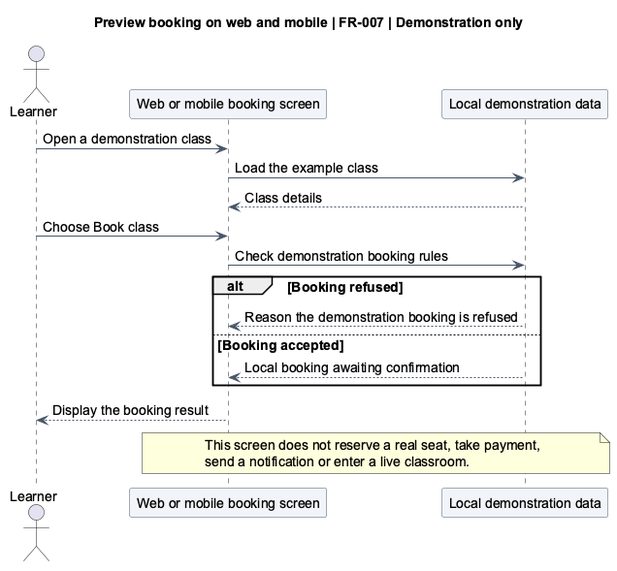
Earlier version of the PlantUML export docs/diagrams/checkpoint/generated/sequence-client-booking.png (trankien022/SkillSwap).
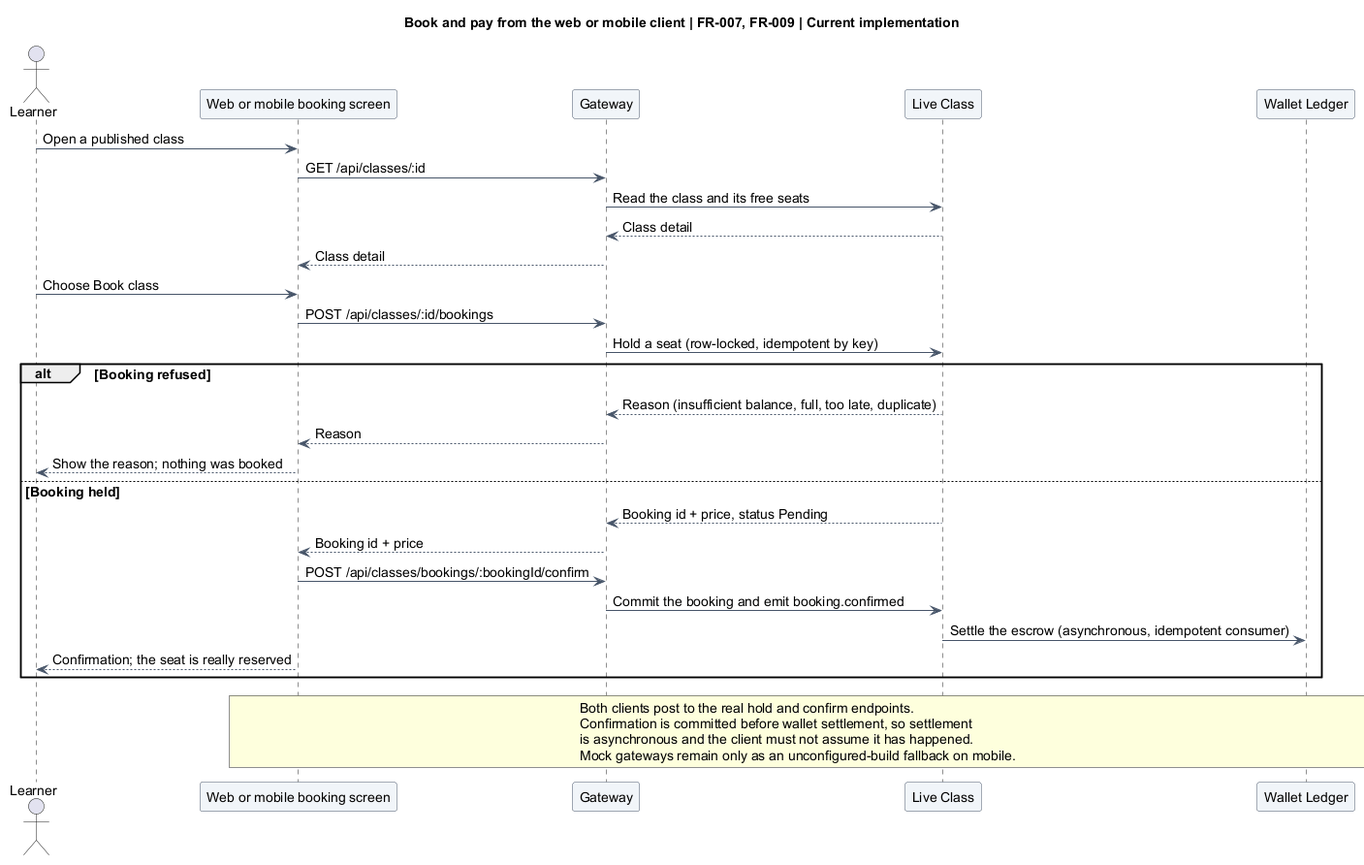
Later version of the same file.

Diff of the diagram source:
```diff
@@ -1,5 +1,5 @@
 @startuml
-title Preview booking on web and mobile | FR-007 | Demonstration only
+title Book and pay from the web or mobile client | FR-007, FR-009 | Current implementation
 skinparam backgroundColor #FFFFFF
 skinparam shadowing false
 skinparam defaultFontName Arial
@@ -13,17 +13,28 @@
 skinparam stateBorderColor #475569
 actor Learner as L
 participant "Web or mobile booking screen" as UI
-participant "Local demonstration data" as D
-L -> UI: Open a demonstration class
-UI -> D: Load the example class
-D --> UI: Class details
+participant "Gateway" as G
+participant "Live Class" as LC
+participant "Wallet Ledger" as WL
+L -> UI: Open a published class
+UI -> G: GET /api/classes/:id
+G -> LC: Read the class and its free seats
+LC --> G: Class detail
+G --> UI: Class detail
 L -> UI: Choose Book class
-UI -> D: Check demonstration booking rules
+UI -> G: POST /api/classes/:id/bookings
+G -> LC: Hold a seat (row-locked, idempotent by key)
 alt Booking refused
- D --> UI: Reason the demonstration booking is refused
-else Booking accepted
- D --> UI: Local booking awaiting confirmation
+ LC --> G: Reason (insufficient balance, full, too late, duplicate)
+ G --> UI: Reason
+ UI --> L: Show the reason; nothing was booked
+else Booking held
+ LC --> G: Booking id + price, status Pending
+ G --> UI: Booking id + price
+ UI -> G: POST /api/classes/bookings/:bookingId/confirm
+ G -> LC: Commit the booking and emit booking.confirmed
+ LC -> WL: Settle the escrow (asynchronous, idempotent consumer)
+ UI --> L: Confirmation; the seat is really reserved
 end
-UI --> L: Display the booking result
-note over UI,D: This screen does not reserve a real seat, take payment,\nsend a notification or enter a live classroom.
+note over UI,WL: Both clients post to the real hold and confirm endpoints.\nConfirmation is committed before wallet settlement, so settlement\nis asynchronous and the client must not assume it has happened.\nMock gateways remain only as an unconfigured-build fallback on mobile.
 @enduml
```
